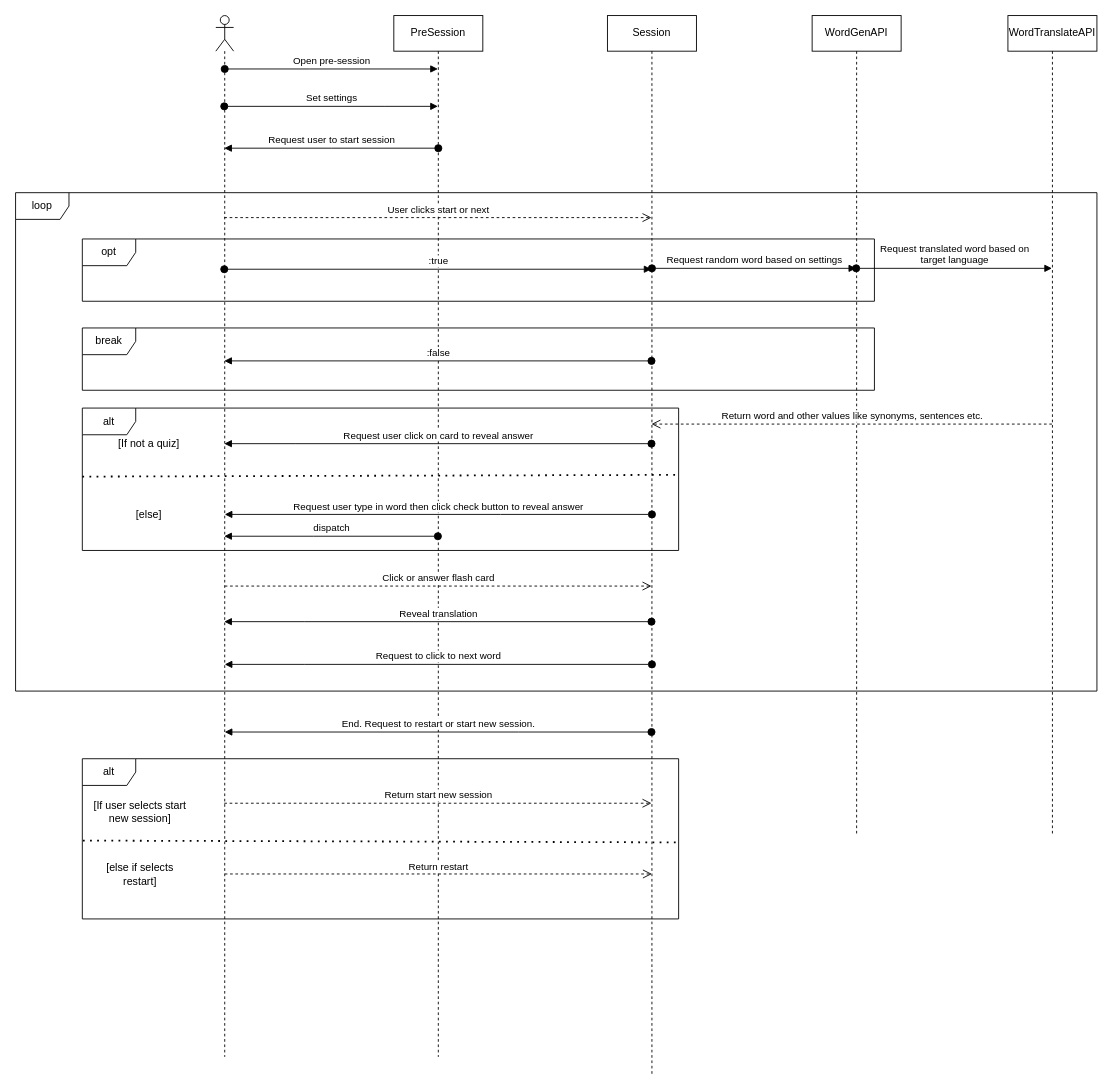
This is docs/diagrams/sequence/linguaFlashSessionSequenceDiagram.drawio from empty-works/lingua-flash, a draw.io file, before an edit. Source tidied: cells renumbered, new cells numbered last; positions are measured from the earlier drawing's top-left corner, leaving out a move shared by most shapes. Both pictures are drawn from the tidied source at 89%, with x=0, y=0 at pixel (15, 15).
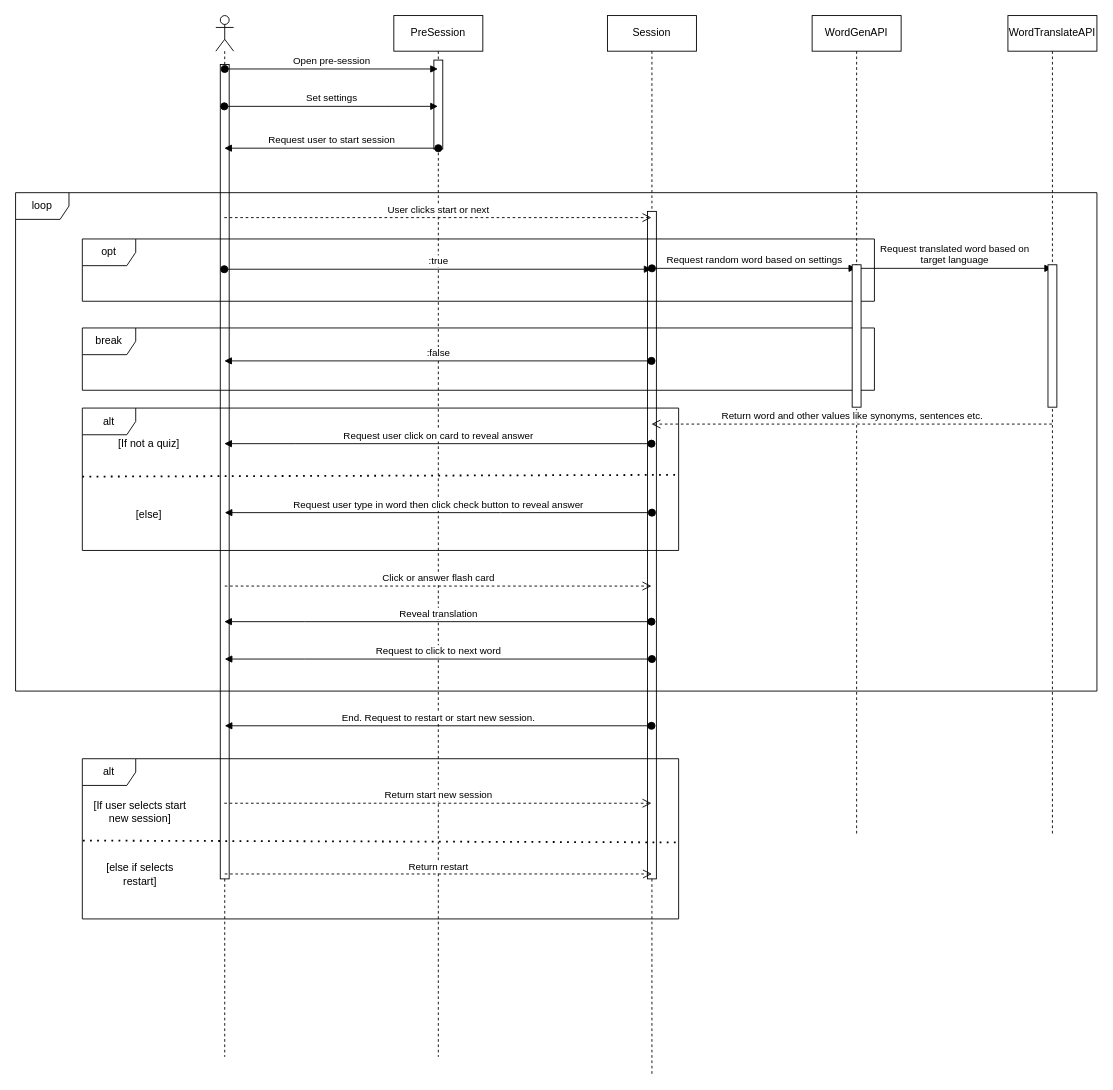
The same diagram, later.

Commit message:
Update linguaFlashSessionSequenceDiagram.drawio - added activation bars. Cleaned up the look of the diagram.

Unchanged cells that the change refers to:
```xml
<mxCell id="2" style="shape=umlLifeline;perimeter=lifelinePerimeter;whiteSpace=wrap;html=1;outlineConnect=0;portConstraint=eastwest;newEdgeStyle={&quot;edgeStyle&quot;:&quot;elbowEdgeStyle&quot;,&quot;elbow&quot;:&quot;vertical&quot;,&quot;curved&quot;:0,&quot;rounded&quot;:0};participant=umlActor;" parent="1" vertex="1">
  <mxGeometry x="225" width="20" height="1170" as="geometry" />
</mxCell>
<mxCell id="3" value="PreSession" style="shape=umlLifeline;perimeter=lifelinePerimeter;whiteSpace=wrap;html=1;outlineConnect=0;portConstraint=eastwest;newEdgeStyle={&quot;edgeStyle&quot;:&quot;elbowEdgeStyle&quot;,&quot;elbow&quot;:&quot;vertical&quot;,&quot;curved&quot;:0,&quot;rounded&quot;:0};" parent="1" vertex="1">
  <mxGeometry x="425" width="100" height="1170" as="geometry" />
</mxCell>
<mxCell id="6" value="Session" style="shape=umlLifeline;perimeter=lifelinePerimeter;whiteSpace=wrap;html=1;newEdgeStyle={&quot;edgeStyle&quot;:&quot;elbowEdgeStyle&quot;,&quot;elbow&quot;:&quot;vertical&quot;,&quot;curved&quot;:0,&quot;rounded&quot;:0};" parent="1" vertex="1">
  <mxGeometry x="665" width="100" height="1190" as="geometry" />
</mxCell>
```

The edit, as a diff of the source:
```diff
@@
+    <mxCell id="36" style="html=1;perimeter=orthogonalPerimeter;targetShapes=umlLifeline;newEdgeStyle={&quot;edgeStyle&quot;:&quot;elbowEdgeStyle&quot;,&quot;elbow&quot;:&quot;vertical&quot;,&quot;curved&quot;:0,&quot;rounded&quot;:0};" parent="2" vertex="1">
+      <mxGeometry x="5" y="55" width="10" height="915" as="geometry" />
+    </mxCell>
@@
+    <mxCell id="37" style="html=1;perimeter=orthogonalPerimeter;targetShapes=umlLifeline;newEdgeStyle={&quot;edgeStyle&quot;:&quot;elbowEdgeStyle&quot;,&quot;elbow&quot;:&quot;vertical&quot;,&quot;curved&quot;:0,&quot;rounded&quot;:0};" parent="3" vertex="1">
+      <mxGeometry x="45" y="50" width="10" height="100" as="geometry" />
+    </mxCell>
@@
+    <mxCell id="38" style="html=1;perimeter=orthogonalPerimeter;targetShapes=umlLifeline;newEdgeStyle={&quot;edgeStyle&quot;:&quot;elbowEdgeStyle&quot;,&quot;elbow&quot;:&quot;vertical&quot;,&quot;curved&quot;:0,&quot;rounded&quot;:0};" parent="6" vertex="1">
+      <mxGeometry x="45" y="220" width="10" height="750" as="geometry" />
+    </mxCell>
@@
     <mxCell id="16" value="Request user type in word then click check button to reveal answer" style="html=1;verticalAlign=bottom;startArrow=oval;startFill=1;endArrow=block;startSize=8;edgeStyle=elbowEdgeStyle;elbow=vertical;curved=0;rounded=0;" parent="1" edge="1">
       <mxGeometry relative="1" as="geometry">
-        <mxPoint x="715" y="560.5" as="sourcePoint" />
-        <mxPoint x="235" y="560.5" as="targetPoint" />
+        <mxPoint x="715" y="558.5" as="sourcePoint" />
+        <mxPoint x="235" y="558.5" as="targetPoint" />
         <Array as="points">
-          <mxPoint x="545" y="560.5" />
+          <mxPoint x="545" y="558.5" />
         </Array>
       </mxGeometry>
     </mxCell>
@@
     <mxCell id="19" value="Request to click to next word" style="html=1;verticalAlign=bottom;startArrow=oval;startFill=1;endArrow=block;startSize=8;edgeStyle=elbowEdgeStyle;elbow=vertical;curved=0;rounded=0;" parent="1" edge="1">
       <mxGeometry relative="1" as="geometry">
-        <mxPoint x="715" y="729" as="sourcePoint" />
-        <mxPoint x="235" y="729" as="targetPoint" />
+        <mxPoint x="715" y="723" as="sourcePoint" />
+        <mxPoint x="235" y="723" as="targetPoint" />
         <Array as="points">
-          <mxPoint x="325" y="729" />
+          <mxPoint x="325" y="723" />
         </Array>
       </mxGeometry>
     </mxCell>
@@
     <mxCell id="22" value="End. Request to restart or start new session." style="html=1;verticalAlign=bottom;startArrow=oval;startFill=1;endArrow=block;startSize=8;edgeStyle=elbowEdgeStyle;elbow=vertical;curved=0;rounded=0;" parent="1" edge="1">
       <mxGeometry relative="1" as="geometry">
-        <mxPoint x="714.5" y="805" as="sourcePoint" />
-        <mxPoint x="235" y="805" as="targetPoint" />
+        <mxPoint x="714.5" y="798" as="sourcePoint" />
+        <mxPoint x="235" y="798" as="targetPoint" />
         <Array as="points">
-          <mxPoint x="565" y="805" />
+          <mxPoint x="565" y="798" />
         </Array>
       </mxGeometry>
     </mxCell>
@@
-    <mxCell id="34" value="dispatch" style="html=1;verticalAlign=bottom;startArrow=oval;startFill=1;endArrow=block;startSize=8;edgeStyle=elbowEdgeStyle;elbow=vertical;curved=0;rounded=0;" parent="1" edge="1" source="3" target="2">
-      <mxGeometry relative="1" as="geometry" />
-    </mxCell>
@@
+    <mxCell id="39" style="html=1;perimeter=orthogonalPerimeter;targetShapes=umlLifeline;newEdgeStyle={&quot;edgeStyle&quot;:&quot;elbowEdgeStyle&quot;,&quot;elbow&quot;:&quot;vertical&quot;,&quot;curved&quot;:0,&quot;rounded&quot;:0};" parent="1" vertex="1">
+      <mxGeometry x="940" y="280" width="10" height="160" as="geometry" />
+    </mxCell>
+    <mxCell id="40" style="html=1;perimeter=orthogonalPerimeter;targetShapes=umlLifeline;newEdgeStyle={&quot;edgeStyle&quot;:&quot;elbowEdgeStyle&quot;,&quot;elbow&quot;:&quot;vertical&quot;,&quot;curved&quot;:0,&quot;rounded&quot;:0};" parent="1" vertex="1">
+      <mxGeometry x="1160" y="280" width="10" height="160" as="geometry" />
+    </mxCell>
```
